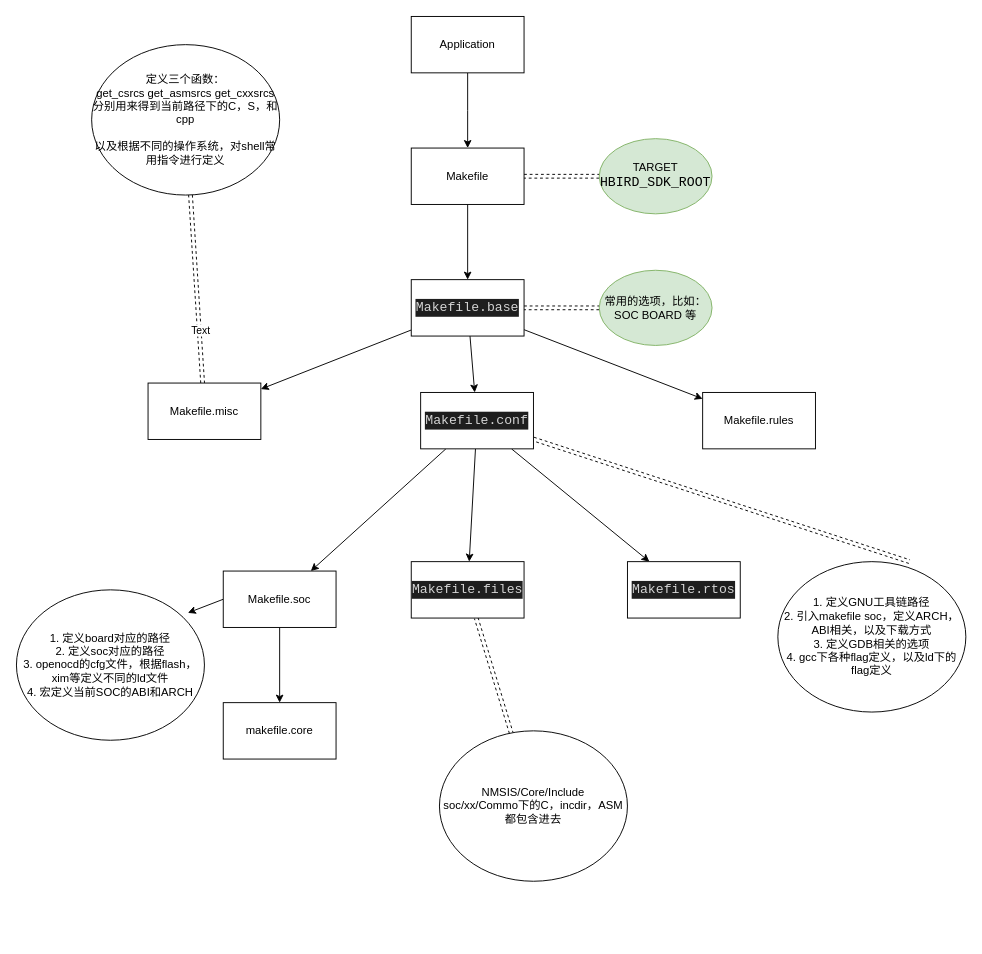
Above: Untitled Diagram.drawio in wangpengabc/test (draw.io), before the change. Source tidied: cells renumbered, new cells numbered last; positions are measured from the earlier drawing's top-left corner, leaving out a move shared by most shapes. Both pictures are drawn from the tidied source at 94%, with x=0, y=0 at pixel (16, 16).
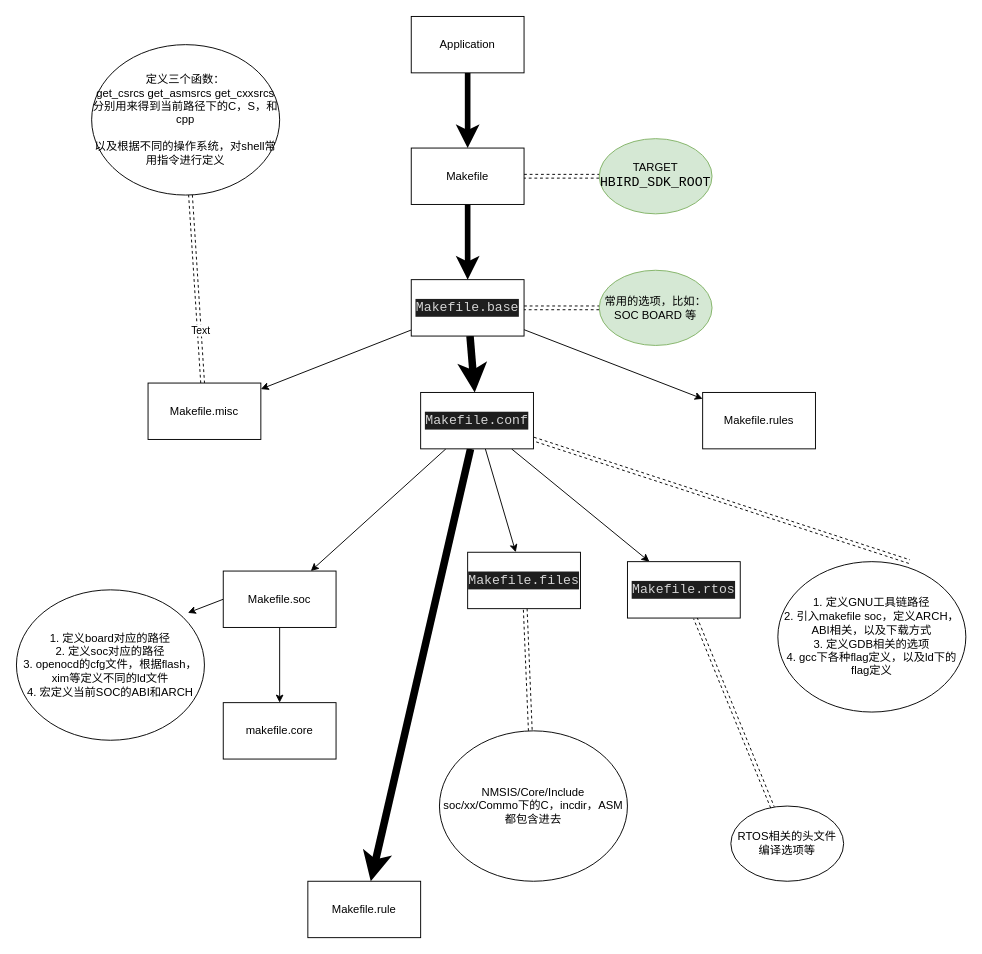
The same page after the edit.

Unchanged cells that the change refers to:
```xml
<mxCell id="3" value="Application" style="rounded=0;whiteSpace=wrap;html=1;" parent="1" vertex="1">
  <mxGeometry x="420" width="120" height="60" as="geometry" />
</mxCell>
<mxCell id="6" value="Makefile" style="rounded=0;whiteSpace=wrap;html=1;" parent="1" vertex="1">
  <mxGeometry x="420" y="140" width="120" height="60" as="geometry" />
</mxCell>
<mxCell id="12" value="&lt;div style=&quot;color: rgb(212 , 212 , 212) ; background-color: rgb(30 , 30 , 30) ; font-family: &amp;#34;droid sans mono&amp;#34; , monospace , monospace , &amp;#34;droid sans fallback&amp;#34; ; font-size: 14px ; line-height: 19px&quot;&gt;Makefile.base&lt;/div&gt;" style="rounded=0;whiteSpace=wrap;html=1;" parent="1" vertex="1">
  <mxGeometry x="420" y="280" width="120" height="60" as="geometry" />
</mxCell>
<mxCell id="21" value="&lt;div style=&quot;color: rgb(212 , 212 , 212) ; background-color: rgb(30 , 30 , 30) ; font-family: &amp;#34;droid sans mono&amp;#34; , monospace , monospace , &amp;#34;droid sans fallback&amp;#34; ; font-size: 14px ; line-height: 19px&quot;&gt;Makefile.conf&lt;/div&gt;" style="rounded=0;whiteSpace=wrap;html=1;" parent="1" vertex="1">
  <mxGeometry x="430" y="400" width="120" height="60" as="geometry" />
</mxCell>
<mxCell id="28" value="&lt;div style=&quot;color: rgb(212 , 212 , 212) ; background-color: rgb(30 , 30 , 30) ; font-family: &amp;#34;droid sans mono&amp;#34; , monospace , monospace , &amp;#34;droid sans fallback&amp;#34; ; font-size: 14px ; line-height: 19px&quot;&gt;Makefile.rtos&lt;/div&gt;" style="whiteSpace=wrap;html=1;rounded=0;" parent="1" vertex="1">
  <mxGeometry x="650" y="580" width="120" height="60" as="geometry" />
</mxCell>
```

Diff of the diagram source:
```diff
@@
-    <mxCell id="2" style="edgeStyle=elbowEdgeStyle;rounded=0;jettySize=auto;elbow=vertical;html=1;" parent="1" edge="1" source="3" target="6">
+    <mxCell id="2" style="edgeStyle=elbowEdgeStyle;rounded=0;jettySize=auto;elbow=vertical;html=1;strokeWidth=6;" parent="1" edge="1" source="3" target="6">
       <mxGeometry relative="1" as="geometry" />
     </mxCell>
@@
-    <mxCell id="5" style="edgeStyle=none;jettySize=auto;html=1;" parent="1" edge="1" source="6" target="12">
+    <mxCell id="5" style="edgeStyle=none;jettySize=auto;html=1;strokeWidth=6;" parent="1" edge="1" source="6" target="12">
       <mxGeometry relative="1" as="geometry" />
     </mxCell>
@@
-    <mxCell id="10" style="edgeStyle=none;jettySize=auto;html=1;" parent="1" edge="1" source="12" target="21">
+    <mxCell id="10" style="edgeStyle=none;jettySize=auto;html=1;strokeWidth=8;" parent="1" edge="1" source="12" target="21">
       <mxGeometry relative="1" as="geometry" />
     </mxCell>
@@
+    <mxCell id="34" style="edgeStyle=none;jettySize=auto;html=1;strokeWidth=8;" parent="1" edge="1" source="21" target="37">
+      <mxGeometry relative="1" as="geometry" />
+    </mxCell>
@@
+    <mxCell id="35" style="edgeStyle=none;shape=link;jettySize=auto;html=1;dashed=1;" parent="1" edge="1" source="28" target="36">
+      <mxGeometry relative="1" as="geometry" />
+    </mxCell>
@@
     <mxCell id="30" value="&lt;div style=&quot;color: rgb(212 , 212 , 212) ; background-color: rgb(30 , 30 , 30) ; font-family: &amp;#34;droid sans mono&amp;#34; , monospace , monospace , &amp;#34;droid sans fallback&amp;#34; ; font-size: 14px ; line-height: 19px&quot;&gt;Makefile.files&lt;/div&gt;" style="whiteSpace=wrap;html=1;rounded=0;" parent="1" vertex="1">
-      <mxGeometry x="420" y="580" width="120" height="60" as="geometry" />
+      <mxGeometry x="480" y="570" width="120" height="60" as="geometry" />
     </mxCell>
@@
+    <mxCell id="36" value="RTOS相关的头文件&lt;br&gt;编译选项等" style="ellipse;whiteSpace=wrap;html=1;rounded=0;" parent="1" vertex="1">
+      <mxGeometry x="760" y="840" width="120" height="80" as="geometry" />
+    </mxCell>
+    <mxCell id="37" value="Makefile.rule" style="whiteSpace=wrap;html=1;rounded=0;" parent="1" vertex="1">
+      <mxGeometry x="310" y="920" width="120" height="60" as="geometry" />
+    </mxCell>
```
